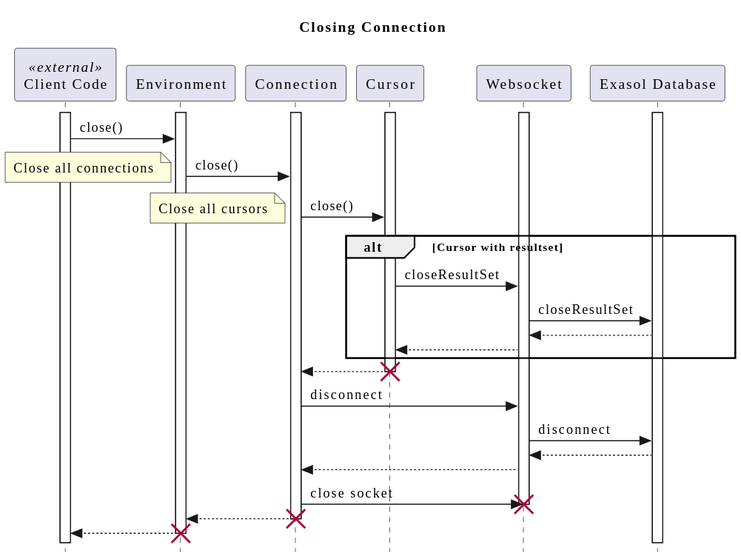
The PlantUML diagram doc/images/generated/seq_close.svg in exasol/exasol-driver-lua, before a commit.
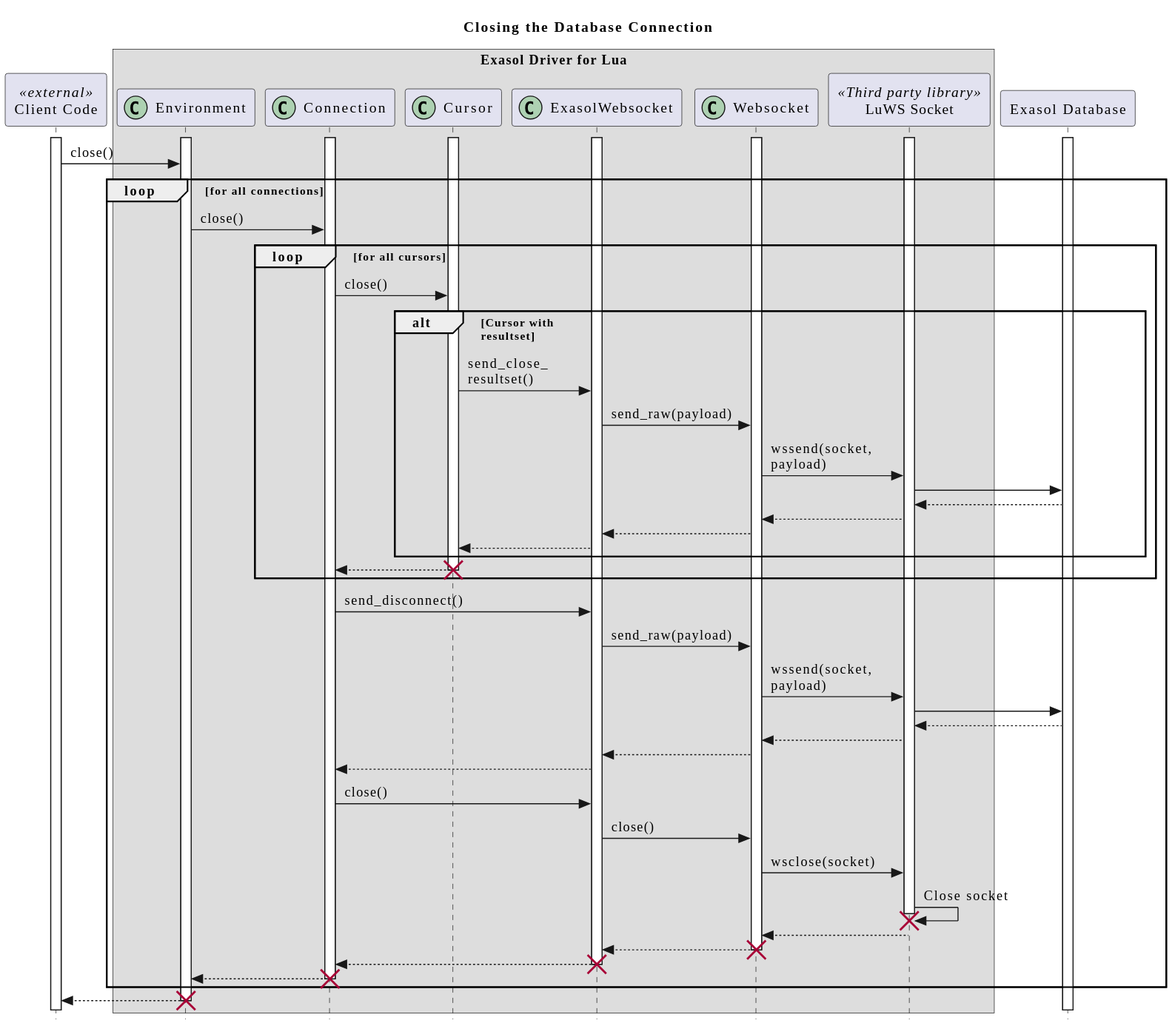
The same file after the commit.

The edit, as a diff of the source:
```diff
@@ -1,43 +1,67 @@
 @startuml seq_close
 !include ../clean.skin
 
-title: Closing Connection
+title: Closing the Database Connection
 
 participant "Client Code" as client <<external>>
-participant Environment as env
-participant Connection as conn
-participant Cursor as cur
-participant Websocket as ws
+box "Exasol Driver for Lua"
+    participant Environment as env << (C,#ADD1B2) >>
+    participant Connection as conn << (C,#ADD1B2) >>
+    participant Cursor as cur << (C,#ADD1B2) >>
+    participant ExasolWebsocket as exaws << (C,#ADD1B2) >>
+    participant Websocket as ws << (C,#ADD1B2) >>
+    participant "LuWS Socket" as luws <<Third party library>>
+end box
 participant "Exasol Database" as db
 
 activate client
 activate env
 activate conn
 activate cur
+activate exaws
 activate ws
+activate luws
 activate db
 
 client -> env : close()
-env -> conn : close()
-note left: Close all connections
-conn -> cur : close()
-note left: Close all cursors
-alt Cursor with resultset
-    cur -> ws : closeResultSet
-    ws -> db : closeResultSet
-    db --> ws
-    ws --> cur
+loop for all connections
+    env -> conn : close()
+    loop for all cursors
+        conn -> cur : close()
+        alt Cursor with\nresultset
+            cur -> exaws : send_close_\nresultset()
+            exaws -> ws : send_raw(payload)
+            ws -> luws : wssend(socket,\npayload)
+            luws -> db
+            db --> luws
+            luws --> ws
+            ws --> exaws
+            exaws --> cur
+        end
+        cur --> conn
+        destroy cur
+    end
+    conn -> exaws : send_disconnect()
+    exaws -> ws : send_raw(payload)
+    ws -> luws : wssend(socket,\npayload)
+    luws -> db
+    db --> luws
+    luws --> ws
+    ws --> exaws
+    exaws --> conn
+    conn -> exaws : close()
+    exaws -> ws : close()
+    ws -> luws : wsclose(socket)
+    luws -> luws : Close socket
+    destroy luws
+    luws --> ws
+    ws --> exaws
+    destroy ws
+    exaws --> conn
+    destroy exaws
+    conn --> env
+    destroy conn
 end
-cur --> conn
-destroy cur
-conn -> ws : disconnect
-ws -> db : disconnect
-db --> ws
-ws --> conn
-conn -> ws : close socket
-destroy ws
-conn --> env
-destroy conn
 env --> client
 destroy env
 
```
